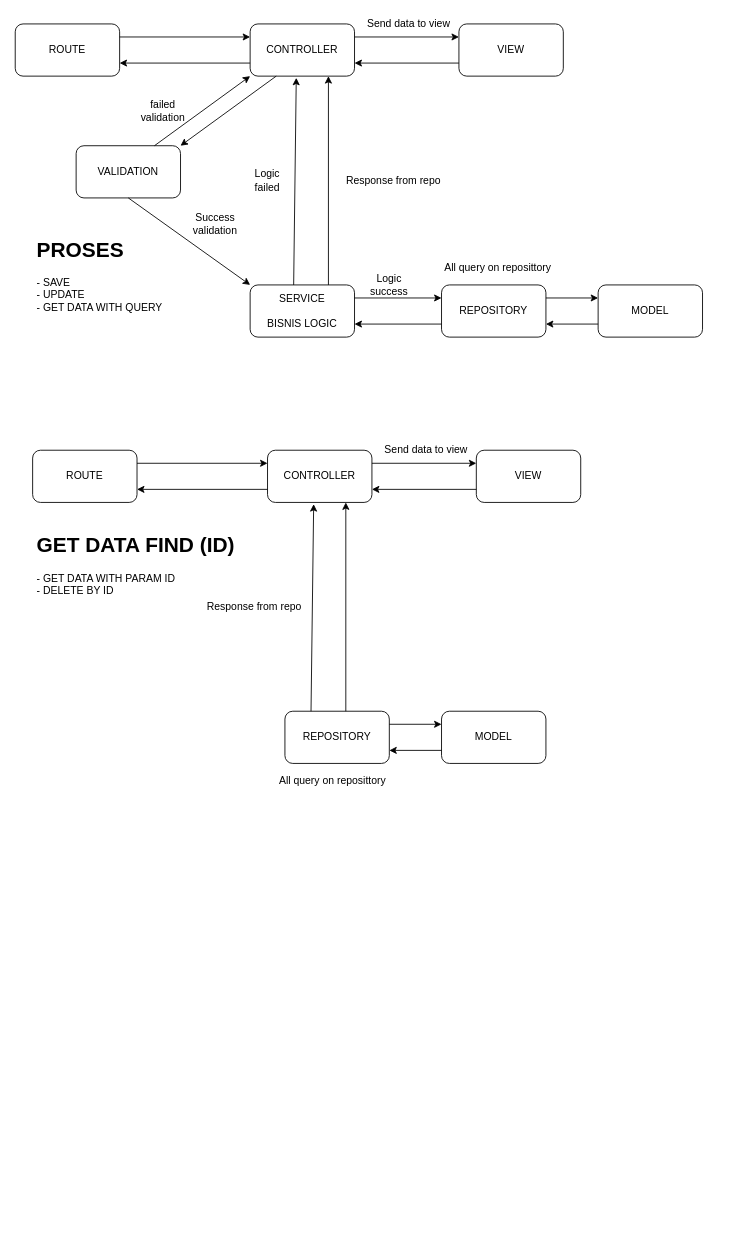
Earlier version of the draw.io diagram Untitled Diagram.drawio (agungnfz/jobqu). Source tidied: cells renumbered, new cells numbered last; positions are measured from the earlier drawing's top-left corner, leaving out a move shared by most shapes. Both pictures are drawn from the tidied source at 87%, with x=0, y=0 at pixel (15, 15).
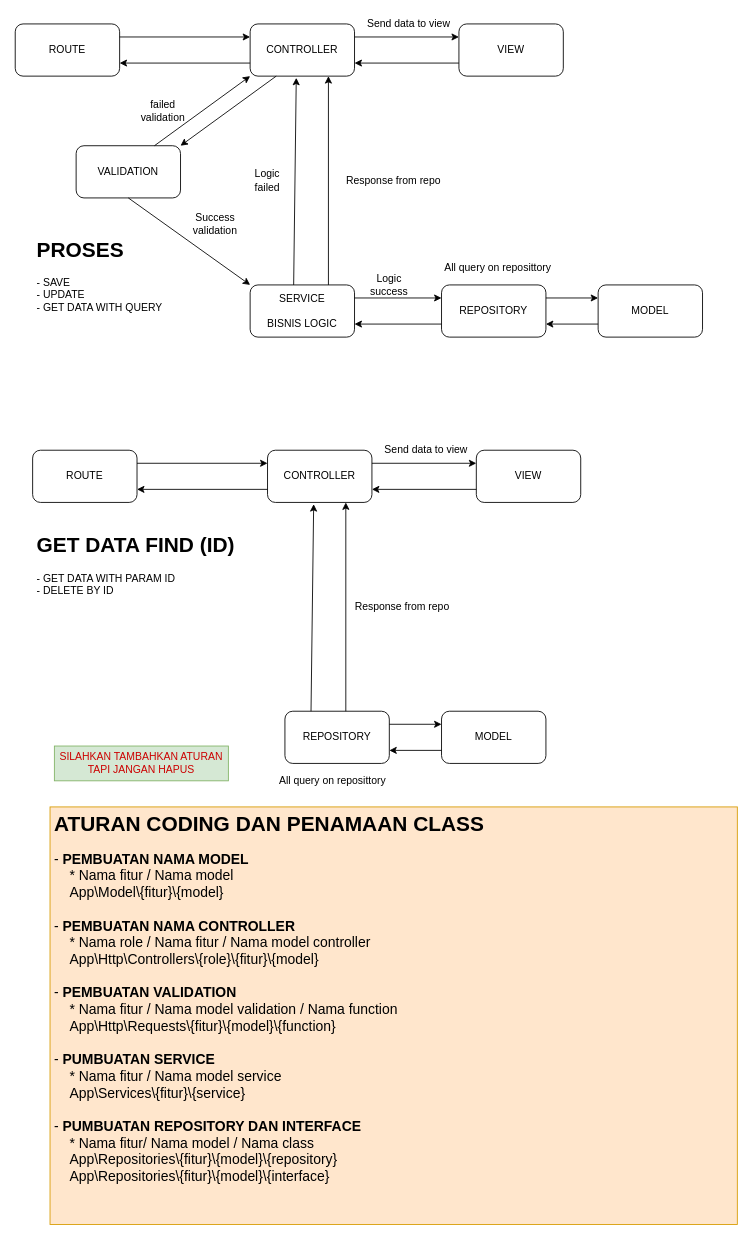
The same diagram, later.

Commit message:
Update diagram untuk aturan

What changed in the source:
```diff
@@
     <mxCell id="44" value="Response from repo" style="text;html=1;strokeColor=none;fillColor=none;align=center;verticalAlign=middle;whiteSpace=wrap;rounded=0;" parent="1" vertex="1">
-      <mxGeometry x="210" y="670" width="130" height="20" as="geometry" />
+      <mxGeometry x="380" y="670" width="130" height="20" as="geometry" />
     </mxCell>
@@
+    <mxCell id="47" value="&lt;h1&gt;ATURAN CODING DAN PENAMAAN CLASS&lt;br&gt;&lt;/h1&gt;&lt;font style=&quot;font-size: 16px&quot;&gt;- &lt;b&gt;PEMBUATAN NAMA MODEL&lt;/b&gt;&lt;br&gt;&amp;nbsp;&amp;nbsp; &amp;nbsp;* Nama fitur / Nama model&lt;br&gt;&amp;nbsp;&amp;nbsp; &amp;nbsp;App\Model\{fitur}\{model}&lt;br&gt;&amp;nbsp;&amp;nbsp; &amp;nbsp;&lt;br&gt;- &lt;b&gt;PEMBUATAN NAMA CONTROLLER&lt;/b&gt;&lt;br&gt;&amp;nbsp;&amp;nbsp; &amp;nbsp;* Nama role / Nama fitur / Nama model controller&lt;br&gt;&amp;nbsp;&amp;nbsp; &amp;nbsp;App\Http\Controllers\{role}\{fitur}\{model}&lt;br&gt;&amp;nbsp;&amp;nbsp; &lt;br&gt;- &lt;b&gt;PEMBUATAN VALIDATION&lt;/b&gt;&lt;br&gt;&amp;nbsp;&amp;nbsp; &amp;nbsp;* Nama fitur / Nama model validation / Nama function&lt;br&gt;&amp;nbsp;&amp;nbsp; &amp;nbsp;App\Http\Requests\{fitur}\{model}\{function}&lt;br&gt;&amp;nbsp;&amp;nbsp; &amp;nbsp;&lt;br&gt;- &lt;b&gt;PUMBUATAN SERVICE&lt;/b&gt;&lt;br&gt;&amp;nbsp;&amp;nbsp; &amp;nbsp;* Nama fitur / Nama model service&lt;br&gt;&amp;nbsp;&amp;nbsp; &amp;nbsp;App\Services\{fitur}\{service}&lt;br&gt;&lt;br&gt;- &lt;b&gt;PUMBUATAN REPOSITORY DAN INTERFACE&lt;/b&gt;&lt;br&gt;&amp;nbsp;&amp;nbsp; &amp;nbsp;* Nama fitur/ Nama model / Nama class &lt;br&gt;&amp;nbsp;&amp;nbsp; &amp;nbsp;App\Repositories\{fitur}\{model}\{repository}&lt;br&gt;&amp;nbsp;&amp;nbsp; &amp;nbsp;App\Repositories\{fitur}\{model}\{interface}&lt;/font&gt;" style="text;html=1;strokeColor=#d79b00;fillColor=#ffe6cc;spacing=5;spacingTop=-20;whiteSpace=wrap;overflow=hidden;rounded=0;" parent="1" vertex="1">
+      <mxGeometry x="40" y="910" width="790" height="480" as="geometry" />
+    </mxCell>
+    <mxCell id="48" value="&lt;font color=&quot;#CC0000&quot;&gt;SILAHKAN TAMBAHKAN ATURAN TAPI JANGAN HAPUS&lt;/font&gt;" style="text;html=1;strokeColor=#82b366;fillColor=#d5e8d4;align=center;verticalAlign=middle;whiteSpace=wrap;rounded=0;" parent="1" vertex="1">
+      <mxGeometry x="45" y="840" width="200" height="40" as="geometry" />
+    </mxCell>
```
